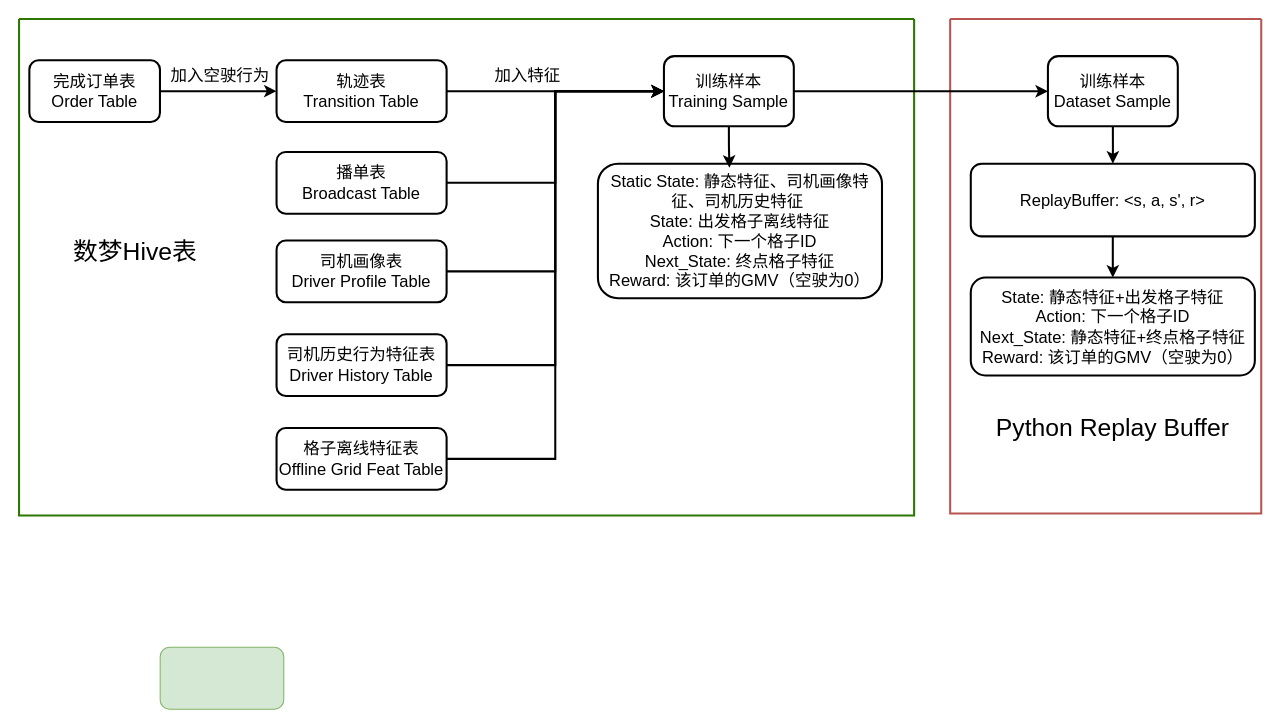
Before: Maps/didi_datasets.drawio in Icathian-Rain/process_maps, a draw.io diagram. Source tidied: cells renumbered, new cells numbered last; positions are measured from the earlier drawing's top-left corner, leaving out a move shared by most shapes. Both pictures are drawn from the tidied source at 103%, with x=0, y=0 at pixel (19, 19).
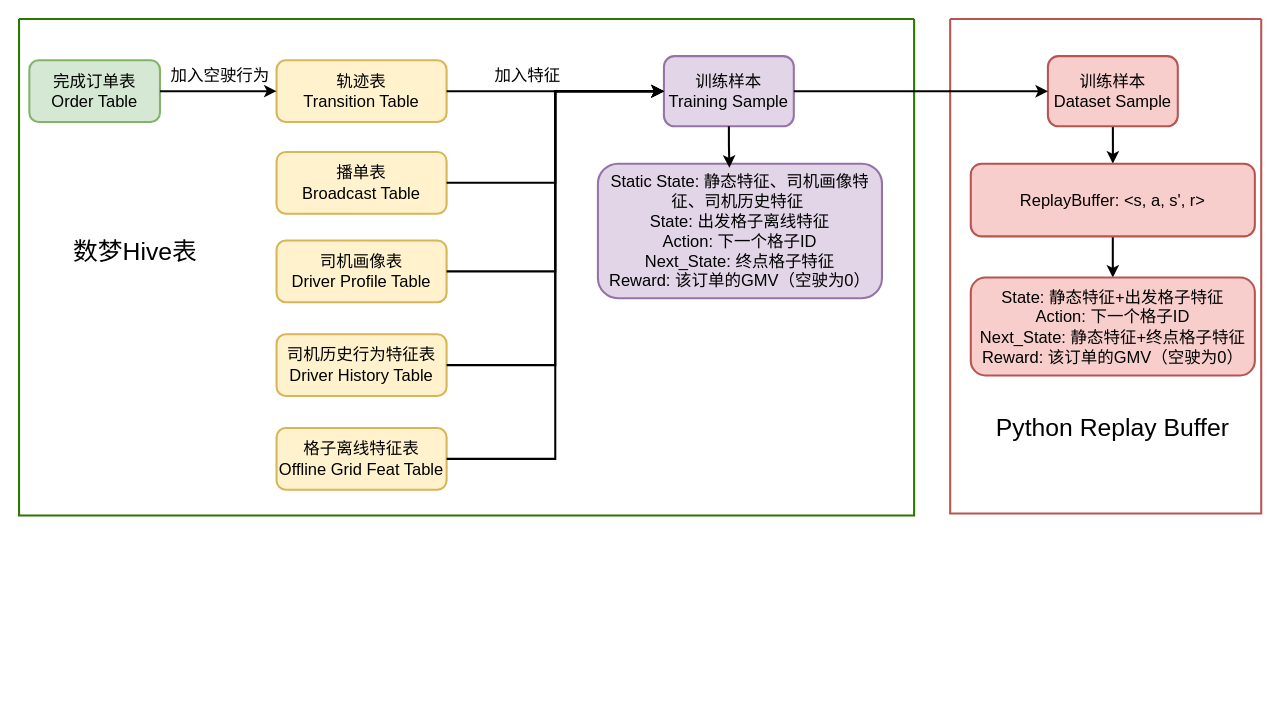
Above is the later version.

The change refers to these unchanged cells:
```xml
<mxCell id="2" style="swimlane;startSize=0;rounded=1;strokeWidth=2;fontSize=16;fillColor=#60a917;strokeColor=#2D7600;fontColor=#ffffff;glass=0;fillStyle=auto;gradientColor=none;swimlaneLine=1;" parent="1" vertex="1">
  <mxGeometry width="869" height="482" as="geometry" />
</mxCell>
<mxCell id="5" style="group;fontSize=16;strokeWidth=2;" parent="3" vertex="1">
  <mxGeometry x="191" width="165.1" height="417" as="geometry" />
</mxCell>
<mxCell id="11" style="group;fontSize=16;strokeWidth=2;" parent="3" vertex="1">
  <mxGeometry x="503" y="-4" width="275.8" height="235" as="geometry" />
</mxCell>
<mxCell id="26" style="group;fontSize=16;strokeWidth=2;" parent="24" vertex="1">
  <mxGeometry x="20" y="36" width="275.8" height="310" as="geometry" />
</mxCell>
```

Diff of the diagram source:
```diff
@@
-    <mxCell id="6" value="轨迹表&lt;div&gt;Transition Table&lt;/div&gt;" style="rounded=1;whiteSpace=wrap;html=1;fontSize=16;strokeWidth=2;" parent="5" vertex="1">
+    <mxCell id="6" value="轨迹表&lt;div&gt;Transition Table&lt;/div&gt;" style="rounded=1;whiteSpace=wrap;html=1;fontSize=16;strokeWidth=2;fillColor=#fff2cc;strokeColor=#d6b656;" parent="5" vertex="1">
       <mxGeometry width="165.1" height="60" as="geometry" />
     </mxCell>
-    <mxCell id="7" value="播单表&lt;div&gt;Broadcast Table&lt;/div&gt;" style="rounded=1;whiteSpace=wrap;html=1;fontSize=16;strokeWidth=2;" parent="5" vertex="1">
+    <mxCell id="7" value="播单表&lt;div&gt;Broadcast Table&lt;/div&gt;" style="rounded=1;whiteSpace=wrap;html=1;fontSize=16;strokeWidth=2;fillColor=#fff2cc;strokeColor=#d6b656;" parent="5" vertex="1">
       <mxGeometry y="89" width="165.1" height="60" as="geometry" />
     </mxCell>
-    <mxCell id="8" value="司机画像表&lt;div&gt;Driver Profile Table&lt;/div&gt;" style="rounded=1;whiteSpace=wrap;html=1;fontSize=16;strokeWidth=2;" parent="5" vertex="1">
+    <mxCell id="8" value="司机画像表&lt;div&gt;Driver Profile Table&lt;/div&gt;" style="rounded=1;whiteSpace=wrap;html=1;fontSize=16;strokeWidth=2;fillColor=#fff2cc;strokeColor=#d6b656;" parent="5" vertex="1">
       <mxGeometry y="175" width="165.1" height="60" as="geometry" />
     </mxCell>
-    <mxCell id="9" value="司机历史行为特征表&lt;div&gt;Driver History Table&lt;/div&gt;" style="rounded=1;whiteSpace=wrap;html=1;fontSize=16;strokeWidth=2;" parent="5" vertex="1">
+    <mxCell id="9" value="司机历史行为特征表&lt;div&gt;Driver History Table&lt;/div&gt;" style="rounded=1;whiteSpace=wrap;html=1;fontSize=16;strokeWidth=2;fillColor=#fff2cc;strokeColor=#d6b656;" parent="5" vertex="1">
       <mxGeometry y="266" width="165.1" height="60" as="geometry" />
     </mxCell>
-    <mxCell id="10" value="格子离线特征表&lt;div&gt;Offline Grid Feat Table&lt;/div&gt;" style="rounded=1;whiteSpace=wrap;html=1;fontSize=16;strokeWidth=2;" parent="5" vertex="1">
+    <mxCell id="10" value="格子离线特征表&lt;div&gt;Offline Grid Feat Table&lt;/div&gt;" style="rounded=1;whiteSpace=wrap;html=1;fontSize=16;strokeWidth=2;fillColor=#fff2cc;strokeColor=#d6b656;" parent="5" vertex="1">
       <mxGeometry y="357" width="165.1" height="60" as="geometry" />
     </mxCell>
@@
-    <mxCell id="12" value="训练样本&lt;div&gt;Training Sample&lt;/div&gt;" style="rounded=1;whiteSpace=wrap;html=1;fontSize=16;strokeWidth=2;" parent="11" vertex="1">
+    <mxCell id="12" value="训练样本&lt;div&gt;Training Sample&lt;/div&gt;" style="rounded=1;whiteSpace=wrap;html=1;fontSize=16;strokeWidth=2;fillColor=#e1d5e7;strokeColor=#9673a6;" parent="11" vertex="1">
       <mxGeometry x="64.1" width="126.1" height="68.1" as="geometry" />
     </mxCell>
-    <mxCell id="13" value="&lt;div&gt;Static State: 静态特征、司机画像特征、司机历史特征&amp;nbsp;&lt;br&gt;&lt;div&gt;State: 出发格子离线特征&lt;/div&gt;&lt;/div&gt;&lt;div&gt;Action: 下一个格子ID&lt;/div&gt;&lt;div&gt;Next_State: 终点格子特征&lt;/div&gt;&lt;div&gt;Reward: 该订单的GMV（空驶为0）&lt;/div&gt;" style="rounded=1;whiteSpace=wrap;html=1;fontSize=16;strokeWidth=2;" parent="11" vertex="1">
+    <mxCell id="13" value="&lt;div&gt;Static State: 静态特征、司机画像特征、司机历史特征&amp;nbsp;&lt;br&gt;&lt;div&gt;State: 出发格子离线特征&lt;/div&gt;&lt;/div&gt;&lt;div&gt;Action: 下一个格子ID&lt;/div&gt;&lt;div&gt;Next_State: 终点格子特征&lt;/div&gt;&lt;div&gt;Reward: 该订单的GMV（空驶为0）&lt;/div&gt;" style="rounded=1;whiteSpace=wrap;html=1;fontSize=16;strokeWidth=2;fillColor=#e1d5e7;strokeColor=#9673a6;" parent="11" vertex="1">
       <mxGeometry y="104.4" width="275.8" height="130.6" as="geometry" />
     </mxCell>
@@
-    <mxCell id="22" value="完成订单表&lt;div&gt;Order Table&lt;/div&gt;" style="rounded=1;whiteSpace=wrap;html=1;fontSize=16;strokeWidth=2;" parent="2" vertex="1">
+    <mxCell id="22" value="完成订单表&lt;div&gt;Order Table&lt;/div&gt;" style="rounded=1;whiteSpace=wrap;html=1;fontSize=16;strokeWidth=2;fillColor=#d5e8d4;strokeColor=#82b366;" parent="2" vertex="1">
       <mxGeometry x="10" y="40" width="126.8" height="60" as="geometry" />
     </mxCell>
@@
-    <mxCell id="28" value="训练样本&lt;div&gt;Dataset Sample&lt;/div&gt;" style="rounded=1;whiteSpace=wrap;html=1;fontSize=16;strokeWidth=2;" parent="26" vertex="1">
+    <mxCell id="28" value="训练样本&lt;div&gt;Dataset Sample&lt;/div&gt;" style="rounded=1;whiteSpace=wrap;html=1;fontSize=16;strokeWidth=2;fillColor=#f8cecc;strokeColor=#b85450;" parent="26" vertex="1">
       <mxGeometry x="74.9" width="126.1" height="68.1" as="geometry" />
     </mxCell>
@@
-    <mxCell id="30" value="&lt;div&gt;ReplayBuffer: &amp;lt;s, a, s', r&amp;gt;&lt;/div&gt;" style="rounded=1;whiteSpace=wrap;html=1;fontSize=16;strokeWidth=2;" parent="26" vertex="1">
+    <mxCell id="30" value="&lt;div&gt;ReplayBuffer: &amp;lt;s, a, s', r&amp;gt;&lt;/div&gt;" style="rounded=1;whiteSpace=wrap;html=1;fontSize=16;strokeWidth=2;fillColor=#f8cecc;strokeColor=#b85450;" parent="26" vertex="1">
       <mxGeometry y="104.4" width="275.8" height="70.6" as="geometry" />
     </mxCell>
-    <mxCell id="31" value="&lt;div&gt;State: 静态特征+出发格子特征&lt;/div&gt;&lt;div&gt;Action: 下一个格子ID&lt;/div&gt;&lt;div&gt;Next_State: 静态特征+终点格子特征&lt;/div&gt;&lt;div&gt;Reward: 该订单的GMV（空驶为0）&lt;/div&gt;" style="rounded=1;whiteSpace=wrap;html=1;fontSize=16;strokeWidth=2;" parent="26" vertex="1">
+    <mxCell id="31" value="&lt;div&gt;State: 静态特征+出发格子特征&lt;/div&gt;&lt;div&gt;Action: 下一个格子ID&lt;/div&gt;&lt;div&gt;Next_State: 静态特征+终点格子特征&lt;/div&gt;&lt;div&gt;Reward: 该订单的GMV（空驶为0）&lt;/div&gt;" style="rounded=1;whiteSpace=wrap;html=1;fontSize=16;strokeWidth=2;fillColor=#f8cecc;strokeColor=#b85450;" parent="26" vertex="1">
       <mxGeometry y="215" width="275.8" height="95" as="geometry" />
     </mxCell>
@@
-    <mxCell id="33" style="rounded=1;whiteSpace=wrap;html=1;fillColor=#d5e8d4;strokeColor=#82b366;imageAspect=1;absoluteArcSize=0;fixDash=0;comic=0;" parent="1" vertex="1">
-      <mxGeometry x="137" y="610" width="120" height="60" as="geometry" />
-    </mxCell>
```
